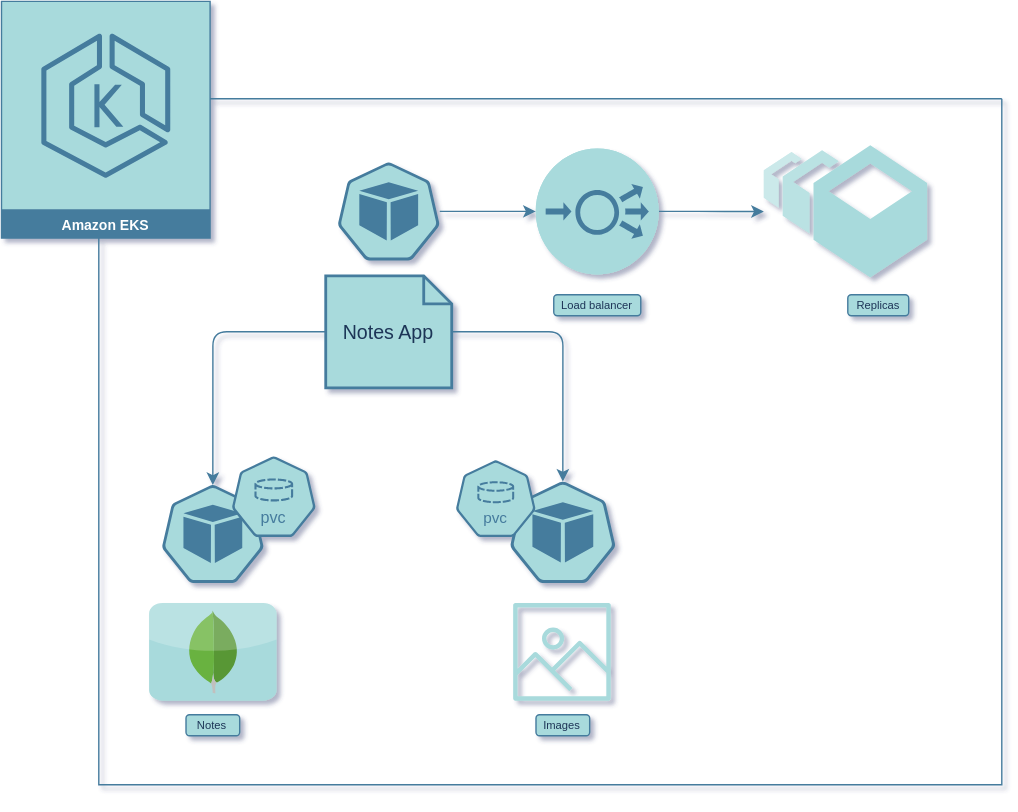
Earlier version of the draw.io export assets/arquitectura.drawio.svg (marcesdan/main). Source tidied: cells renumbered, new cells last; positions are measured from the earlier drawing's top-left corner, leaving out a move shared by most shapes.
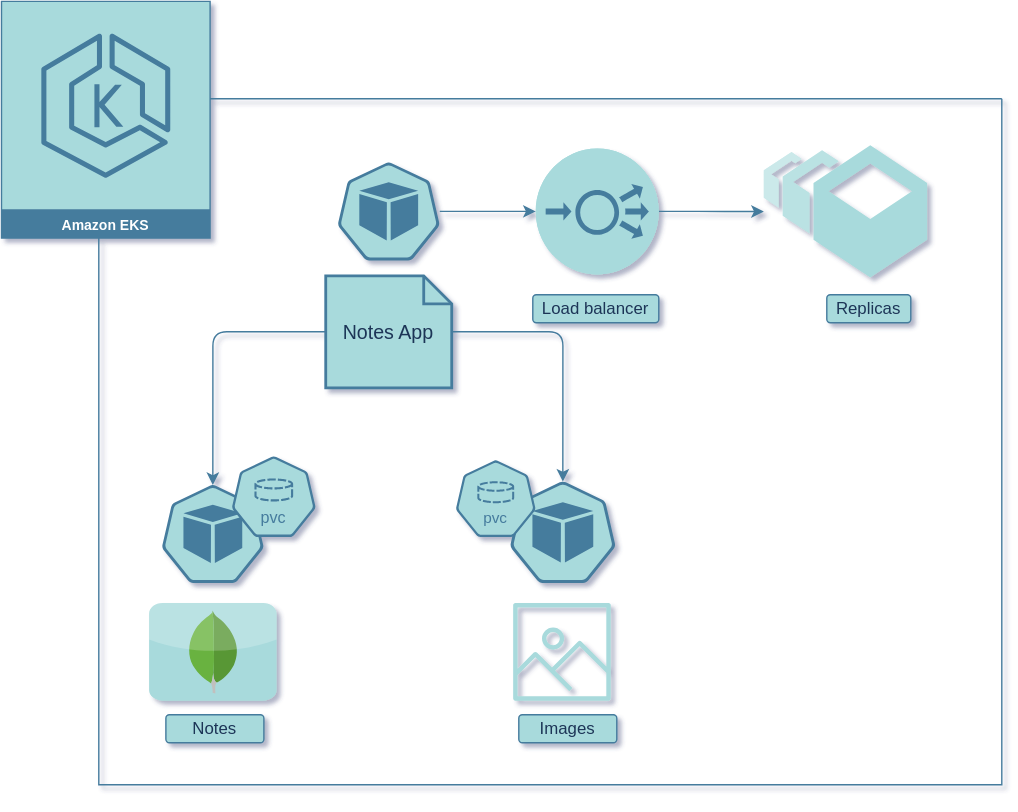
After the change.

What changed in the source:
```diff
@@ -50,17 +50,17 @@
     <mxCell id="17" value="&lt;font color=&quot;#ffffff&quot;&gt;Amazon EKS&lt;/font&gt;" style="fontColor=#1D3557;strokeColor=#457B9D;fillColor=#A8DADC;dashed=0;verticalLabelPosition=middle;verticalAlign=bottom;align=center;html=1;whiteSpace=wrap;fontSize=10;fontStyle=1;spacing=3;shape=mxgraph.aws4.productIcon;prIcon=mxgraph.aws4.eks;rounded=1;labelBackgroundColor=none;" parent="2" vertex="1">
       <mxGeometry x="-70" y="-70" width="150" height="170" as="geometry" />
     </mxCell>
-    <mxCell id="18" value="Replicas" style="strokeWidth=1;html=1;shadow=0;dashed=0;shape=mxgraph.ios.iTextInput;strokeColor=#457B9D;buttonText=;fontSize=8;whiteSpace=wrap;align=center;labelBackgroundColor=none;fillColor=#A8DADC;fontColor=#1D3557;" parent="2" vertex="1">
-      <mxGeometry x="535" y="140" width="43.5" height="15" as="geometry" />
+    <mxCell id="18" value="Replicas" style="strokeWidth=1;html=1;shadow=0;dashed=0;shape=mxgraph.ios.iTextInput;strokeColor=#457B9D;buttonText=;fontSize=12;whiteSpace=wrap;align=center;labelBackgroundColor=none;fillColor=#A8DADC;fontColor=#1D3557;" parent="2" vertex="1">
+      <mxGeometry x="520" y="140" width="60" height="20" as="geometry" />
     </mxCell>
-    <mxCell id="19" value="Load balancer" style="strokeWidth=1;html=1;shadow=0;dashed=0;shape=mxgraph.ios.iTextInput;strokeColor=#457B9D;buttonText=;fontSize=8;whiteSpace=wrap;align=center;labelBackgroundColor=none;fillColor=#A8DADC;fontColor=#1D3557;" parent="2" vertex="1">
-      <mxGeometry x="325" y="140" width="62.2" height="15" as="geometry" />
+    <mxCell id="19" value="&lt;font style=&quot;font-size: 12px;&quot;&gt;Load balancer&lt;/font&gt;" style="strokeWidth=1;html=1;shadow=0;dashed=0;shape=mxgraph.ios.iTextInput;strokeColor=#457B9D;buttonText=;fontSize=12;whiteSpace=wrap;align=center;labelBackgroundColor=none;fillColor=#A8DADC;fontColor=#1D3557;" parent="2" vertex="1">
+      <mxGeometry x="310" y="140" width="90" height="20" as="geometry" />
     </mxCell>
-    <mxCell id="20" value="&amp;nbsp;Images&amp;nbsp;" style="strokeWidth=1;html=1;shadow=0;dashed=0;shape=mxgraph.ios.iTextInput;strokeColor=#457B9D;buttonText=;fontSize=8;whiteSpace=wrap;align=center;labelBackgroundColor=none;fillColor=#A8DADC;fontColor=#1D3557;" parent="2" vertex="1">
-      <mxGeometry x="312.3" y="440" width="38.4" height="15" as="geometry" />
+    <mxCell id="20" value="&amp;nbsp;Images&amp;nbsp;" style="strokeWidth=1;html=1;shadow=0;dashed=0;shape=mxgraph.ios.iTextInput;strokeColor=#457B9D;buttonText=;fontSize=12;whiteSpace=wrap;align=center;labelBackgroundColor=none;fillColor=#A8DADC;fontColor=#1D3557;" parent="2" vertex="1">
+      <mxGeometry x="300" y="440" width="70" height="20" as="geometry" />
     </mxCell>
-    <mxCell id="21" value="Notes" style="strokeWidth=1;html=1;shadow=0;dashed=0;shape=mxgraph.ios.iTextInput;strokeColor=#457B9D;buttonText=;fontSize=8;whiteSpace=wrap;align=center;labelBackgroundColor=none;fillColor=#A8DADC;fontColor=#1D3557;" parent="2" vertex="1">
-      <mxGeometry x="62.3" y="440" width="38.4" height="15" as="geometry" />
+    <mxCell id="21" value="Notes" style="strokeWidth=1;html=1;shadow=0;dashed=0;shape=mxgraph.ios.iTextInput;strokeColor=#457B9D;buttonText=;fontSize=12;whiteSpace=wrap;align=center;labelBackgroundColor=none;fillColor=#A8DADC;fontColor=#1D3557;" parent="2" vertex="1">
+      <mxGeometry x="47.9" y="440" width="70" height="20" as="geometry" />
     </mxCell>
     <mxCell id="22" style="edgeStyle=orthogonalEdgeStyle;rounded=1;orthogonalLoop=1;jettySize=auto;html=1;exitX=0.5;exitY=1;exitDx=0;exitDy=0;labelBackgroundColor=none;strokeColor=#457B9D;fontColor=default;" parent="1" edge="1" source="2" target="2">
       <mxGeometry relative="1" as="geometry" />
```
